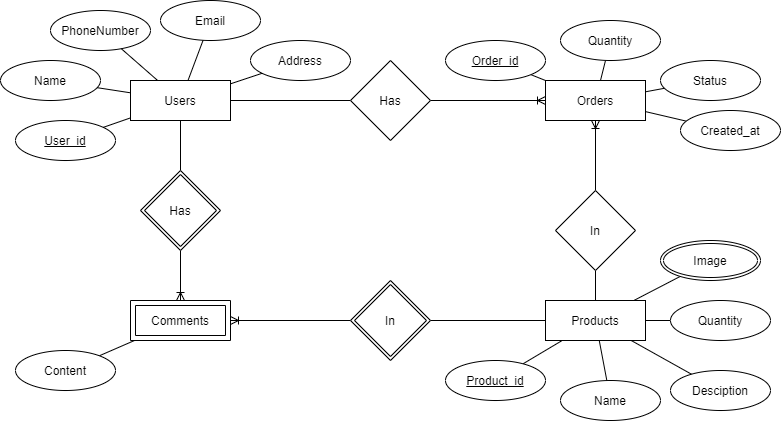
nguyenson66/smart_phone keeps this draw.io diagram as Untitled Diagram.drawio.png. Above is the earlier version. Source tidied: cells renumbered, new cells last; positions are measured from the earlier drawing's top-left corner, leaving out a move shared by most shapes.
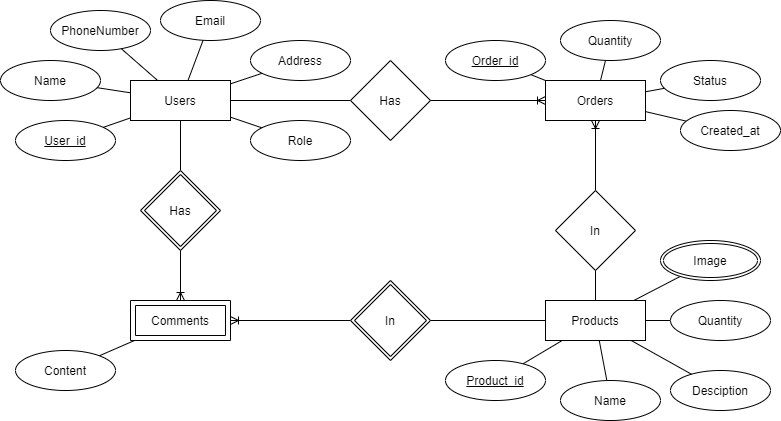
Above is the later version.

What changed in the source:
```diff
@@ -146,5 +146,11 @@
     <mxCell id="49" value="In" style="shape=rhombus;double=1;perimeter=rhombusPerimeter;whiteSpace=wrap;html=1;align=center;" parent="1" vertex="1">
       <mxGeometry x="350" y="280" width="80" height="80" as="geometry" />
     </mxCell>
+    <mxCell id="50" style="rounded=0;jettySize=auto;html=1;endArrow=none;endFill=0;" parent="1" edge="1" source="51" target="3">
+      <mxGeometry relative="1" as="geometry" />
+    </mxCell>
+    <mxCell id="51" value="Role" style="ellipse;whiteSpace=wrap;html=1;align=center;" parent="1" vertex="1">
+      <mxGeometry x="250" y="120" width="100" height="40" as="geometry" />
+    </mxCell>
   </root>
 </mxGraphModel>
```
